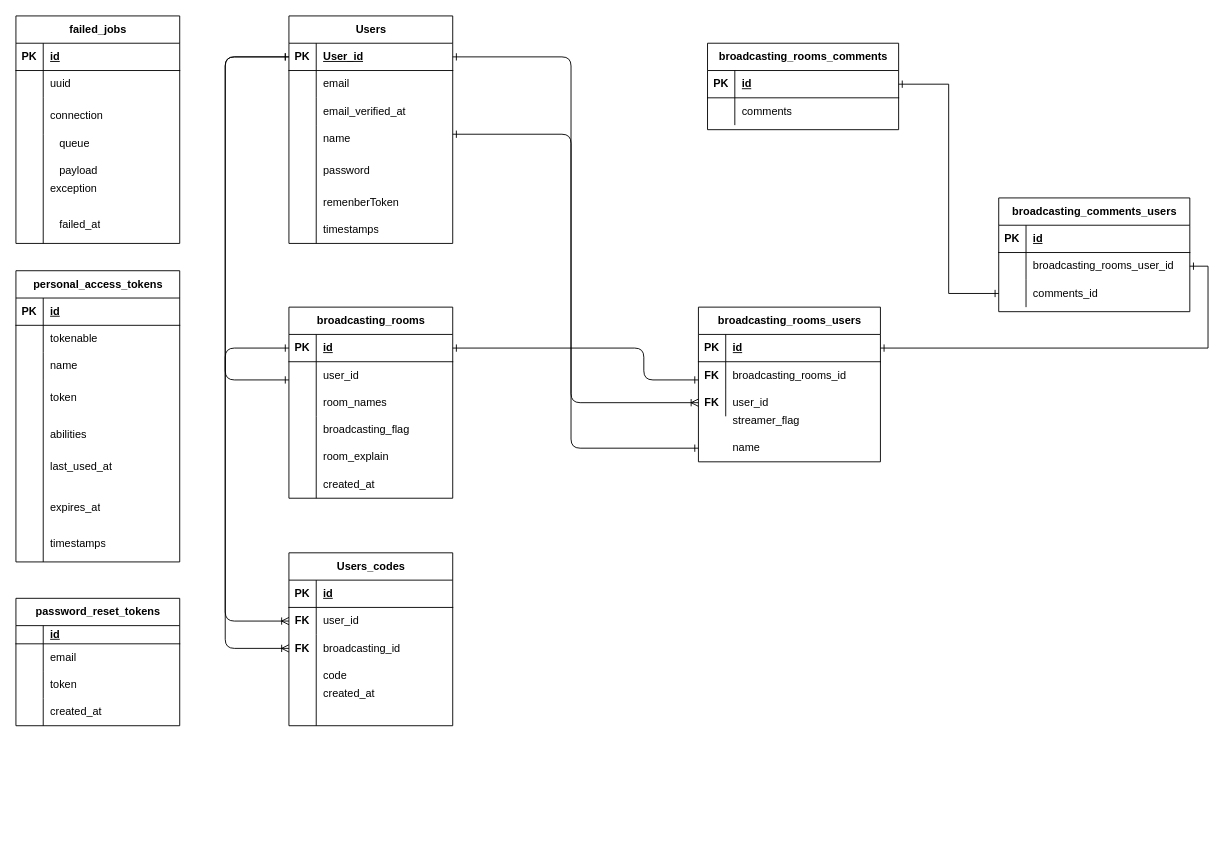
The draw.io diagram ER図_G-voice.drawio in Taka-ho/G-voice, before the edit. Source tidied: cells renumbered, new cells numbered last; positions are measured from the earlier drawing's top-left corner, leaving out a move shared by most shapes. Both pictures are drawn from the tidied source at 91%, with x=0, y=0 at pixel (15, 15).
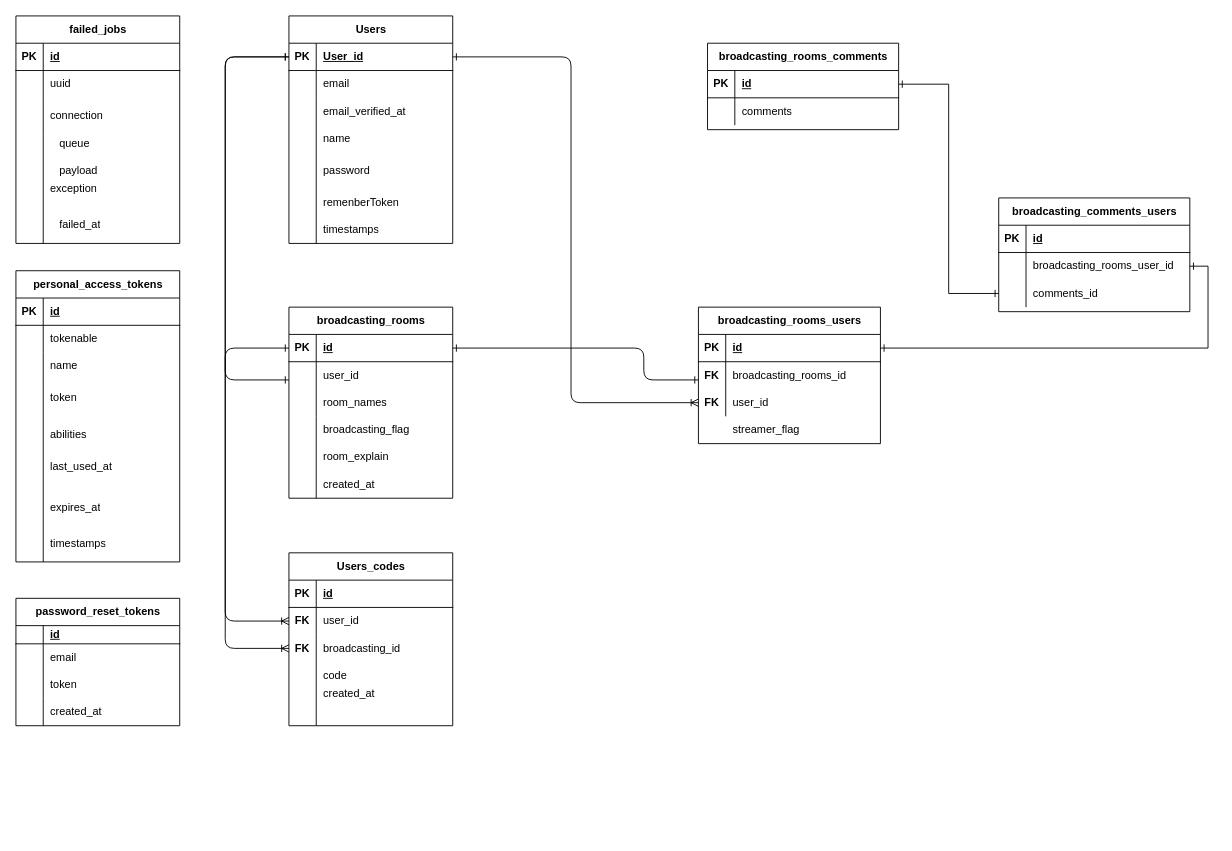
The same page after the edit.

Change to the diagram source:
```diff
@@
     <mxCell id="41" value="&lt;div style=&quot;text-align: start;&quot;&gt;broadcasting_rooms_users&lt;br&gt;&lt;/div&gt;" style="shape=table;startSize=30;childLayout=tableLayout;rowLines=0;fontStyle=1;align=center;html=1;" parent="1" vertex="1">
-      <mxGeometry x="750" y="320" width="200" height="170" as="geometry" />
+      <mxGeometry x="750" y="320" width="200" height="150" as="geometry" />
     </mxCell>
@@
-    <mxCell id="64" style="edgeStyle=orthogonalEdgeStyle;html=1;startArrow=ERone;startFill=0;endArrow=ERone;endFill=0;" parent="1" edge="1">
-      <mxGeometry relative="1" as="geometry">
-        <mxPoint x="480" y="130" as="sourcePoint" />
-        <mxPoint x="750" y="475" as="targetPoint" />
-        <Array as="points">
-          <mxPoint x="610" y="130" />
-          <mxPoint x="610" y="475" />
-        </Array>
-      </mxGeometry>
-    </mxCell>
@@
     <mxCell id="125" value="streamer_flag" style="shape=partialRectangle;fillColor=none;top=0;left=0;bottom=0;right=0;align=left;spacingLeft=6;overflow=hidden;whiteSpace=wrap;html=1;" parent="1" vertex="1">
-      <mxGeometry x="780" y="430" width="170" height="30" as="geometry" />
+      <mxGeometry x="780" y="440" width="170" height="30" as="geometry" />
     </mxCell>
-    <mxCell id="126" value="name" style="shape=partialRectangle;fillColor=none;top=0;left=0;bottom=0;right=0;align=left;spacingLeft=6;overflow=hidden;whiteSpace=wrap;html=1;" parent="1" vertex="1">
-      <mxGeometry x="780" y="460" width="170" height="30" as="geometry" />
-    </mxCell>
```
